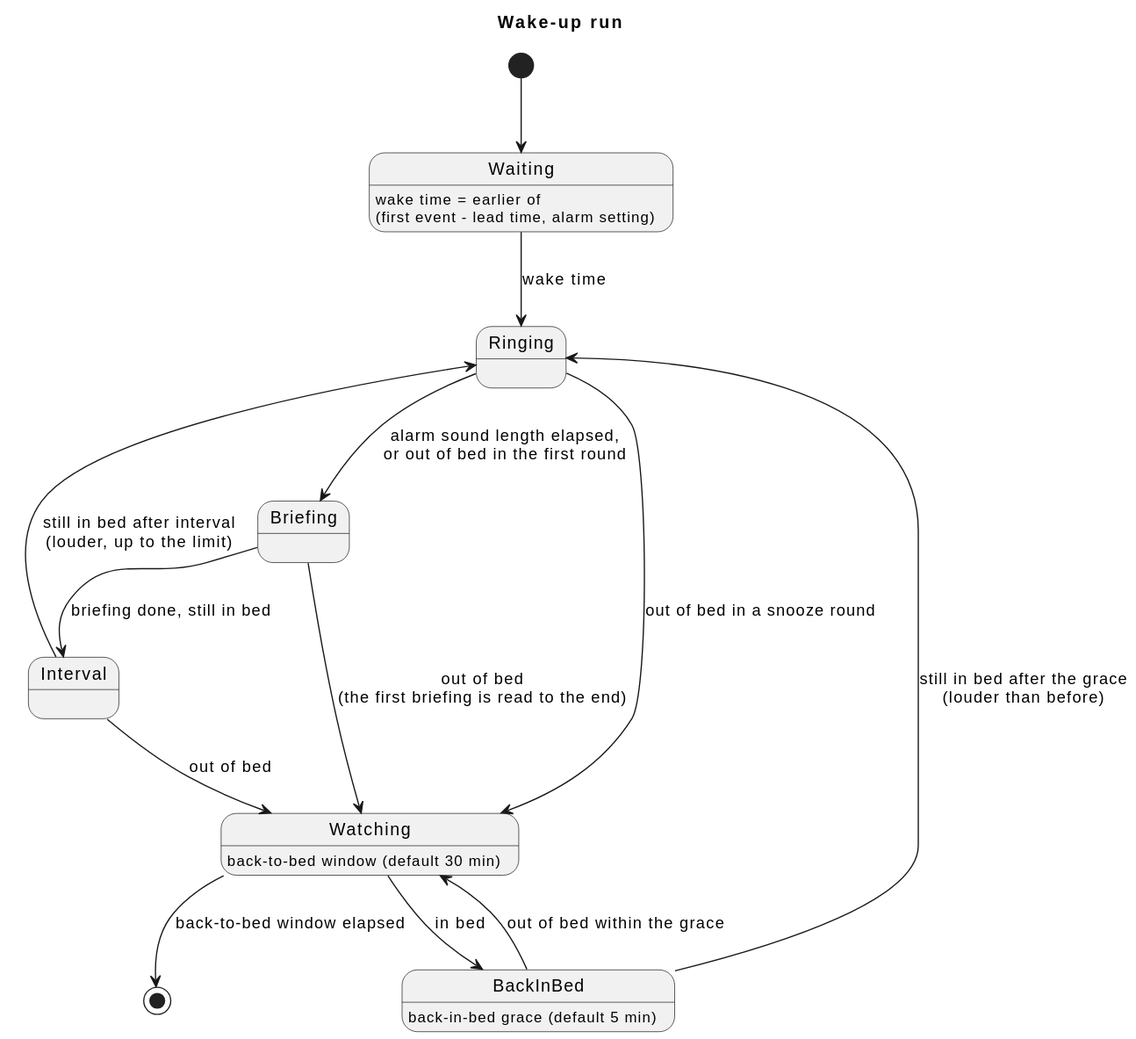
This is docs/ja/requirements/alarm/overview.svg from cloveclovedev/press-start, a PlantUML export, as it was before one commit.
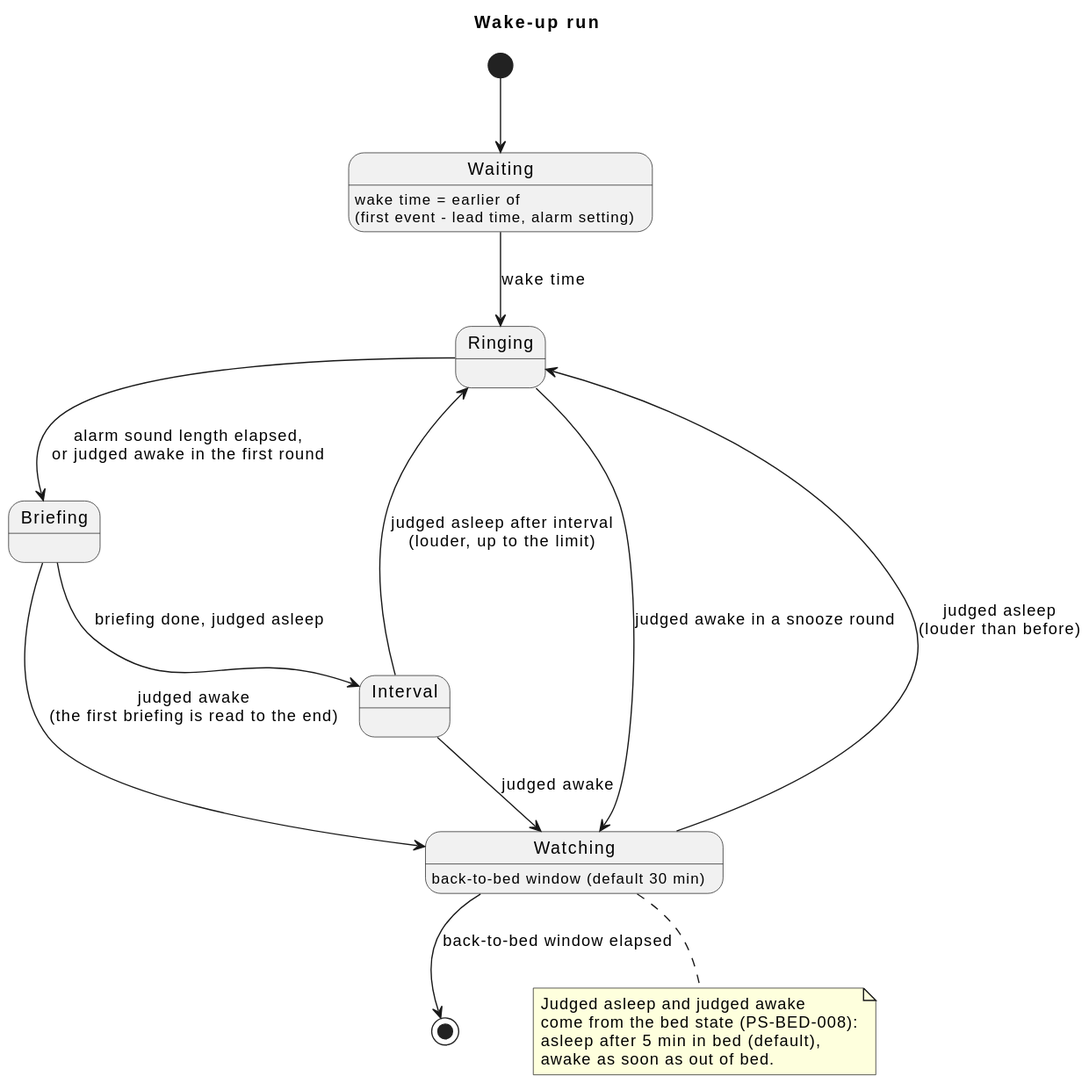
The same diagram one commit later.

Commit message:
docs(requirements): judge asleep and awake in the bed area and drive the snooze by them

The edit, as a diff of the source:
```diff
@@ -5,16 +5,20 @@
 [*] --> Waiting
 Waiting : wake time = earlier of\n(first event - lead time, alarm setting)
 Waiting --> Ringing : wake time
-Ringing --> Briefing : alarm sound length elapsed,\nor out of bed in the first round
-Briefing --> Interval : briefing done, still in bed
-Interval --> Ringing : still in bed after interval\n(louder, up to the limit)
-Briefing --> Watching : out of bed\n(the first briefing is read to the end)
-Ringing --> Watching : out of bed in a snooze round
-Interval --> Watching : out of bed
+Ringing --> Briefing : alarm sound length elapsed,\nor judged awake in the first round
+Briefing --> Interval : briefing done, judged asleep
+Interval --> Ringing : judged asleep after interval\n(louder, up to the limit)
+Briefing --> Watching : judged awake\n(the first briefing is read to the end)
+Ringing --> Watching : judged awake in a snooze round
+Interval --> Watching : judged awake
 Watching : back-to-bed window (default 30 min)
-Watching --> BackInBed : in bed
-BackInBed : back-in-bed grace (default 5 min)
-BackInBed --> Watching : out of bed within the grace
-BackInBed --> Ringing : still in bed after the grace\n(louder than before)
+Watching --> Ringing : judged asleep\n(louder than before)
 Watching --> [*] : back-to-bed window elapsed
+
+note bottom of Watching
+  Judged asleep and judged awake
+  come from the bed state (PS-BED-008):
+  asleep after 5 min in bed (default),
+  awake as soon as out of bed.
+end note
 @enduml
```
